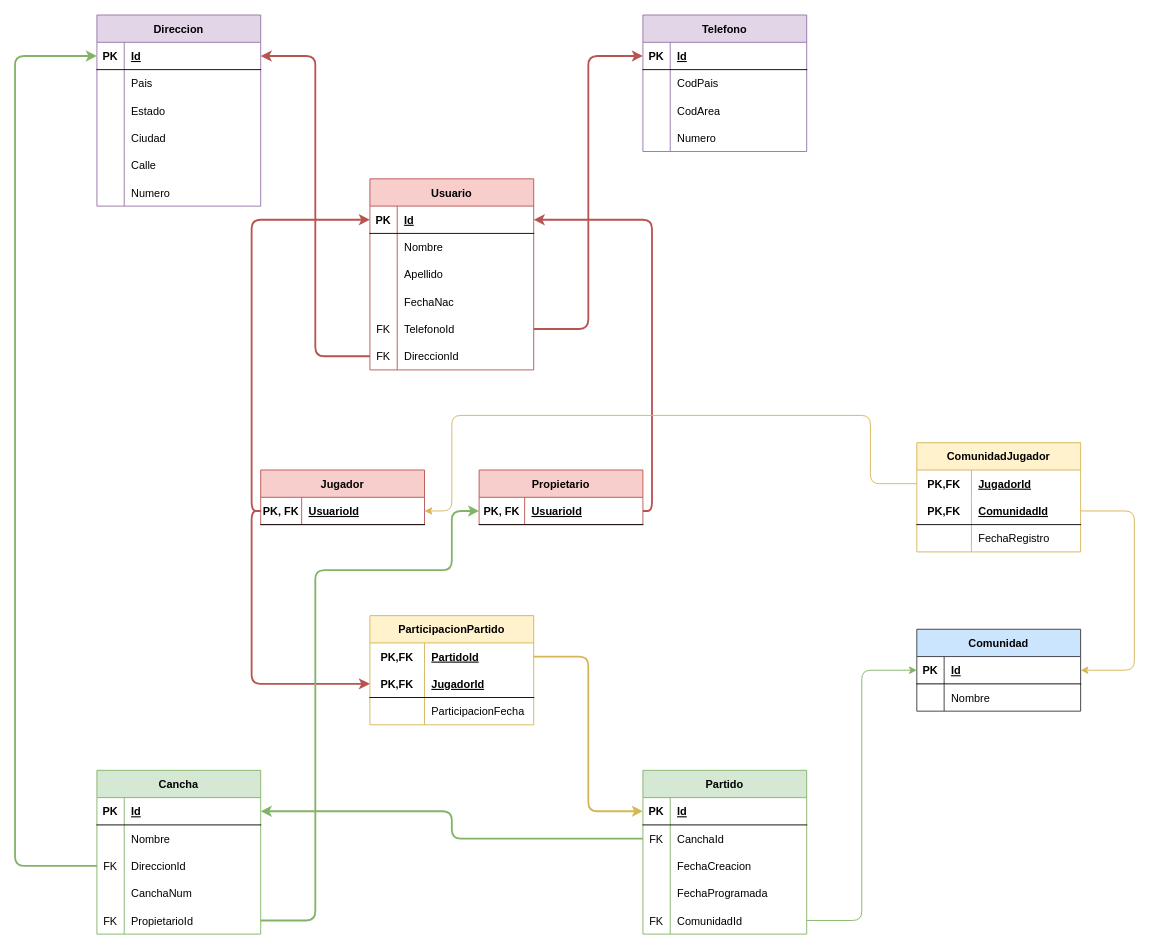
fmartinez28/PartidosYa keeps this draw.io diagram as design/db/schema.drawio. Above is the earlier version. Source tidied: cells renumbered, new cells numbered last; positions are measured from the earlier drawing's top-left corner, leaving out a move shared by most shapes. Both pictures are drawn from the tidied source at 91%, with x=0, y=0 at pixel (15, 15).
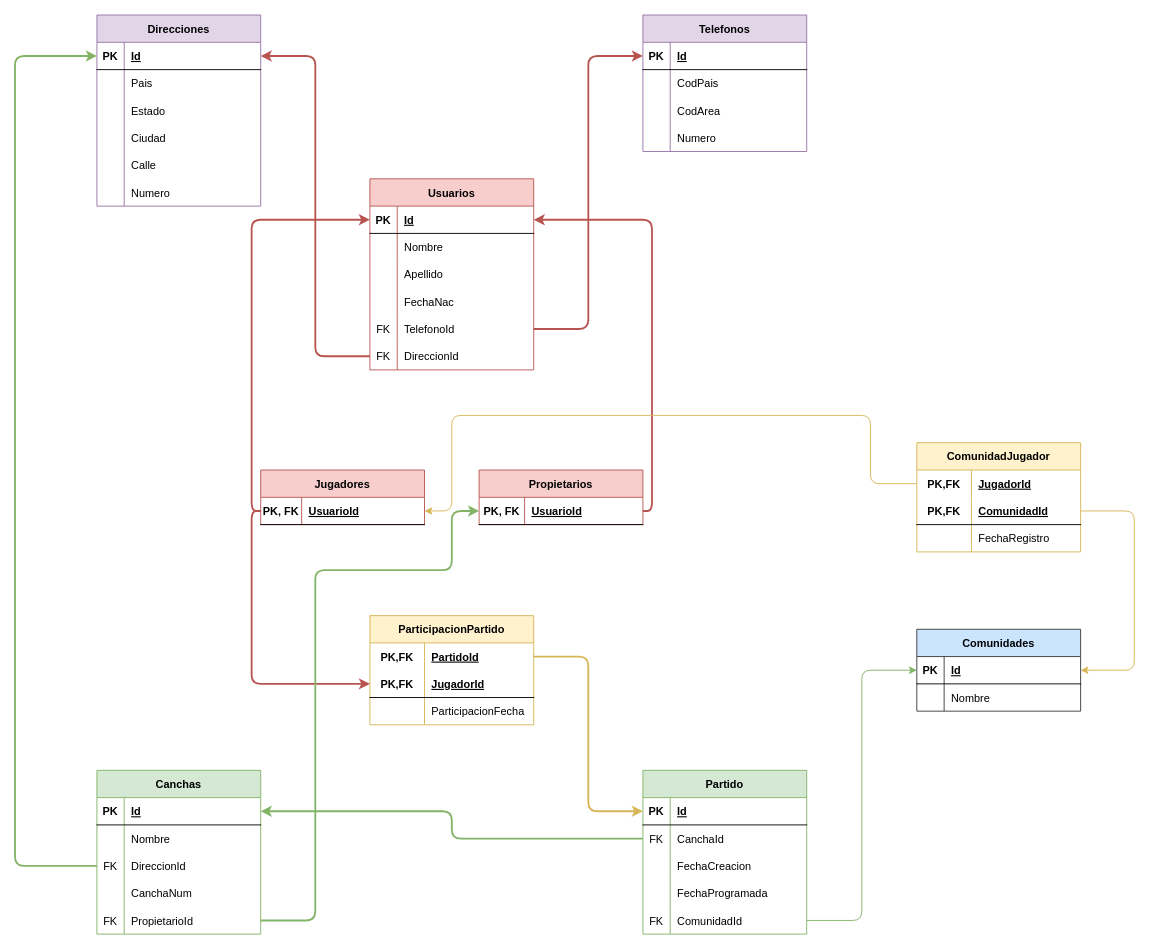
Above is the later version.

What changed in the source:
```diff
@@
-    <mxCell id="18" value="Jugador" style="shape=table;startSize=30;childLayout=tableLayout;rowLines=0;fontStyle=1;align=center;fillColor=#f8cecc;strokeColor=#b85450;" parent="1" vertex="1">
+    <mxCell id="18" value="Jugadores" style="shape=table;startSize=30;childLayout=tableLayout;rowLines=0;fontStyle=1;align=center;fillColor=#f8cecc;strokeColor=#b85450;" parent="1" vertex="1">
       <mxGeometry x="270" y="500" width="180" height="60" as="geometry" />
     </mxCell>
@@
-    <mxCell id="22" value="Propietario" style="shape=table;startSize=30;childLayout=tableLayout;rowLines=0;fontStyle=1;align=center;fillColor=#f8cecc;strokeColor=#b85450;" parent="1" vertex="1">
+    <mxCell id="22" value="Propietarios" style="shape=table;startSize=30;childLayout=tableLayout;rowLines=0;fontStyle=1;align=center;fillColor=#f8cecc;strokeColor=#b85450;" parent="1" vertex="1">
       <mxGeometry x="510" y="500" width="180" height="60" as="geometry" />
     </mxCell>
@@
-    <mxCell id="26" value="Usuario" style="shape=table;startSize=30;childLayout=tableLayout;rowLines=0;fontStyle=1;align=center;fillColor=#f8cecc;strokeColor=#b85450;" parent="1" vertex="1">
+    <mxCell id="26" value="Usuarios" style="shape=table;startSize=30;childLayout=tableLayout;rowLines=0;fontStyle=1;align=center;fillColor=#f8cecc;strokeColor=#b85450;" parent="1" vertex="1">
       <mxGeometry x="390" y="180" width="180" height="210" as="geometry" />
     </mxCell>
@@
-    <mxCell id="45" value="Cancha" style="shape=table;startSize=30;childLayout=tableLayout;rowLines=0;fontStyle=1;align=center;fillColor=#d5e8d4;strokeColor=#82b366;" parent="1" vertex="1">
+    <mxCell id="45" value="Canchas" style="shape=table;startSize=30;childLayout=tableLayout;rowLines=0;fontStyle=1;align=center;fillColor=#d5e8d4;strokeColor=#82b366;" parent="1" vertex="1">
       <mxGeometry x="90" y="830" width="180" height="180" as="geometry" />
     </mxCell>
@@
-    <mxCell id="61" value="Direccion" style="shape=table;startSize=30;childLayout=tableLayout;rowLines=0;fontStyle=1;align=center;fillColor=#e1d5e7;strokeColor=#9673a6;" parent="1" vertex="1">
+    <mxCell id="61" value="Direcciones" style="shape=table;startSize=30;childLayout=tableLayout;rowLines=0;fontStyle=1;align=center;fillColor=#e1d5e7;strokeColor=#9673a6;" parent="1" vertex="1">
       <mxGeometry x="90" width="180" height="210" as="geometry" />
     </mxCell>
@@
-    <mxCell id="80" value="Telefono" style="shape=table;startSize=30;childLayout=tableLayout;rowLines=0;fontStyle=1;align=center;fillColor=#e1d5e7;strokeColor=#9673a6;" parent="1" vertex="1">
+    <mxCell id="80" value="Telefonos" style="shape=table;startSize=30;childLayout=tableLayout;rowLines=0;fontStyle=1;align=center;fillColor=#e1d5e7;strokeColor=#9673a6;" parent="1" vertex="1">
       <mxGeometry x="690" width="180" height="150" as="geometry" />
     </mxCell>
@@
-    <mxCell id="111" value="Comunidad" style="shape=table;startSize=30;childLayout=tableLayout;rowLines=0;fontStyle=1;align=center;fillColor=#cce5ff;strokeColor=#36393d;" parent="1" vertex="1">
+    <mxCell id="111" value="Comunidades" style="shape=table;startSize=30;childLayout=tableLayout;rowLines=0;fontStyle=1;align=center;fillColor=#cce5ff;strokeColor=#36393d;" parent="1" vertex="1">
       <mxGeometry x="991" y="675" width="180" height="90" as="geometry" />
     </mxCell>
```
